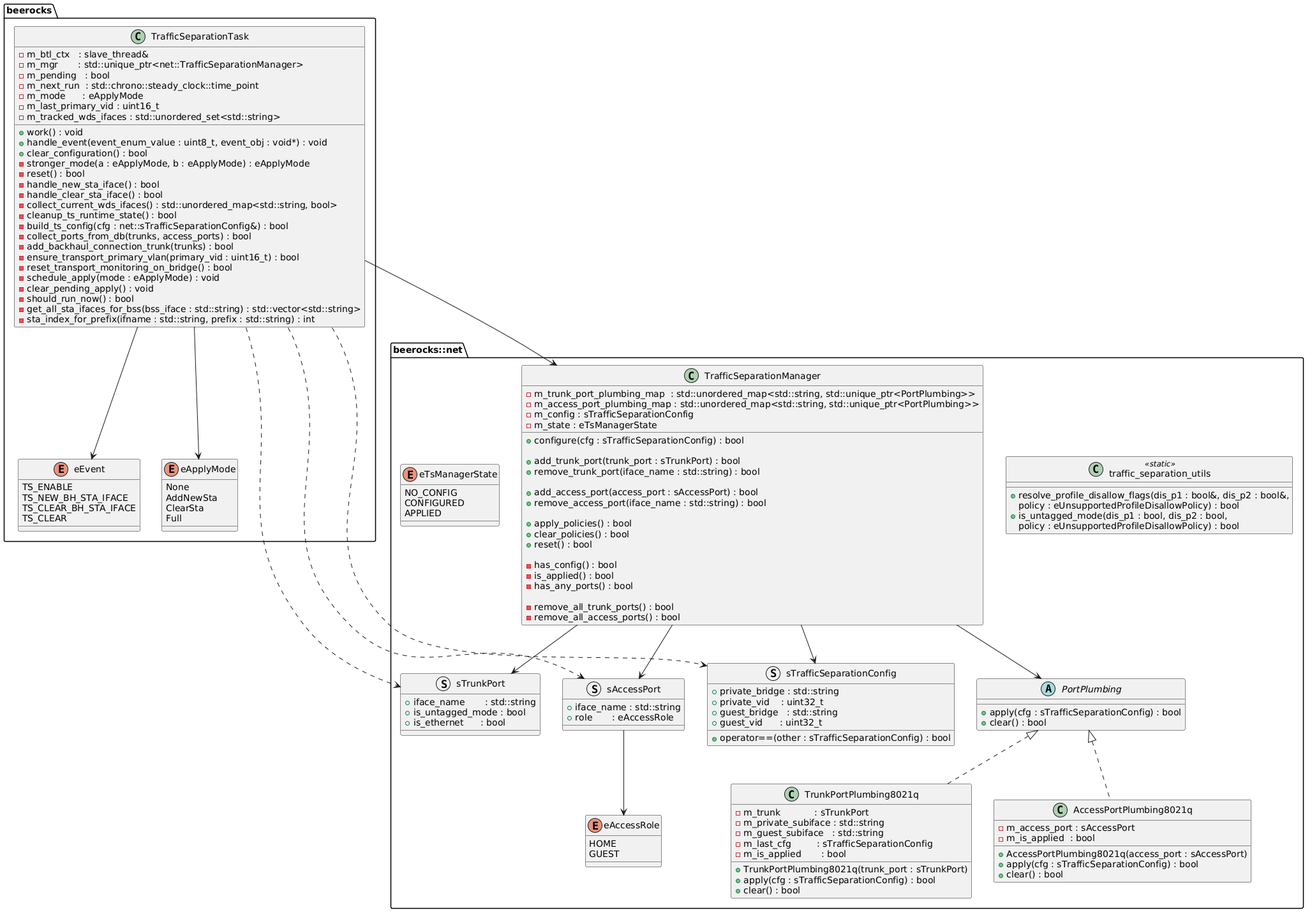
This is documentation/images/plantuml/agent/traffic_separation/ts_ClassD.png from CodeLinaro-mirror/qsdk_oss_prpl-foundation_prplmesh_prplMesh, a PlantUML export, as it was before one commit.
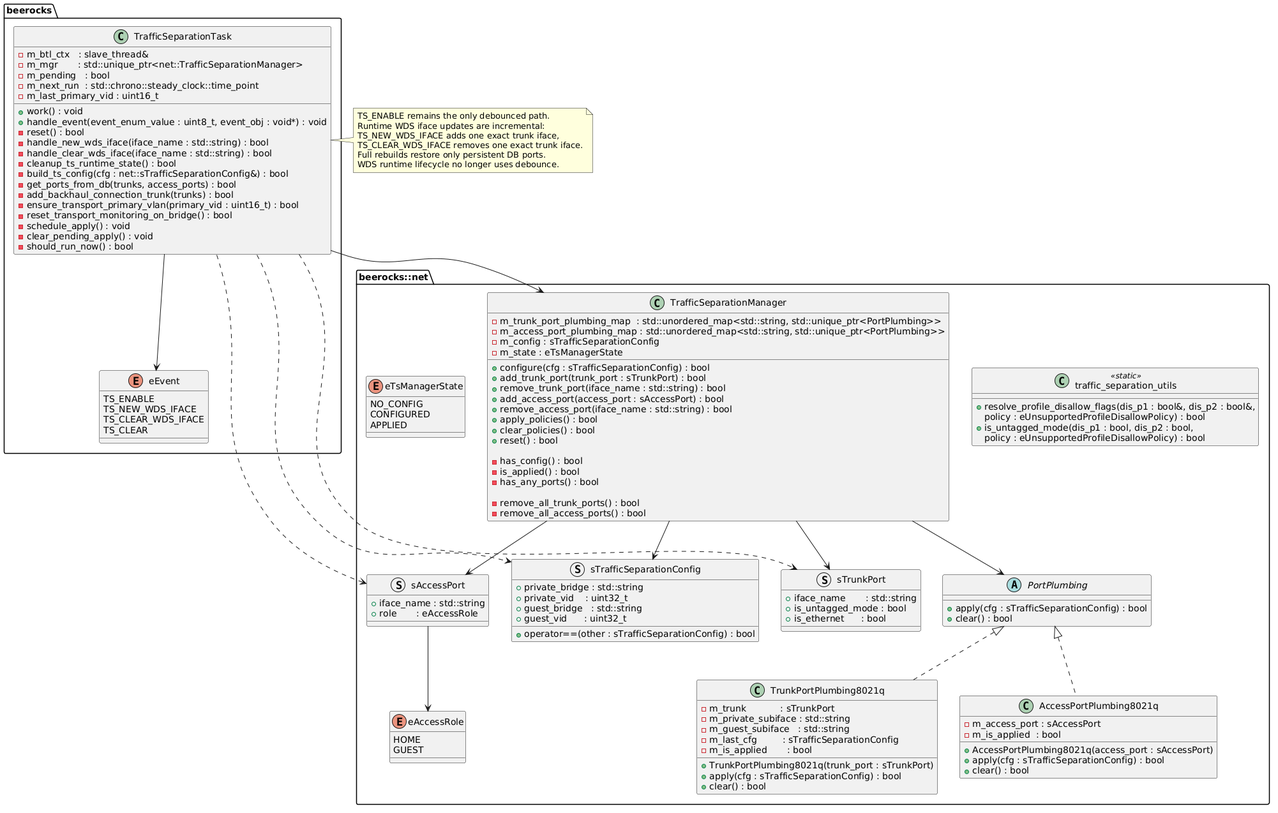
After the commit.

Change to the diagram source:
```diff
@@ -5,42 +5,28 @@
     -m_mgr       : std::unique_ptr<net::TrafficSeparationManager>
     -m_pending   : bool
     -m_next_run  : std::chrono::steady_clock::time_point
-    -m_mode      : eApplyMode
     -m_last_primary_vid : uint16_t
-    -m_tracked_wds_ifaces : std::unordered_set<std::string>
     +work() : void
     +handle_event(event_enum_value : uint8_t, event_obj : void*) : void
-    +clear_configuration() : bool
-    -stronger_mode(a : eApplyMode, b : eApplyMode) : eApplyMode
     -reset() : bool
-    -handle_new_sta_iface() : bool
-    -handle_clear_sta_iface() : bool
-    -collect_current_wds_ifaces() : std::unordered_map<std::string, bool>
+    -handle_new_wds_iface(iface_name : std::string) : bool
+    -handle_clear_wds_iface(iface_name : std::string) : bool
     -cleanup_ts_runtime_state() : bool
     -build_ts_config(cfg : net::sTrafficSeparationConfig&) : bool
-    -collect_ports_from_db(trunks, access_ports) : bool
+    -get_ports_from_db(trunks, access_ports) : bool
     -add_backhaul_connection_trunk(trunks) : bool
     -ensure_transport_primary_vlan(primary_vid : uint16_t) : bool
     -reset_transport_monitoring_on_bridge() : bool
-    -schedule_apply(mode : eApplyMode) : void
+    -schedule_apply() : void
     -clear_pending_apply() : void
     -should_run_now() : bool
-    -get_all_sta_ifaces_for_bss(bss_iface : std::string) : std::vector<std::string>
-    -sta_index_for_prefix(ifname : std::string, prefix : std::string) : int
   }
 
   enum eEvent {
     TS_ENABLE
-    TS_NEW_BH_STA_IFACE
-    TS_CLEAR_BH_STA_IFACE
+    TS_NEW_WDS_IFACE
+    TS_CLEAR_WDS_IFACE
     TS_CLEAR
-  }
-
-  enum eApplyMode {
-    None
-    AddNewSta
-    ClearSta
-    Full
   }
 }
 
@@ -105,15 +91,11 @@
     -m_access_port_plumbing_map : std::unordered_map<std::string, std::unique_ptr<PortPlumbing>>
     -m_config : sTrafficSeparationConfig
     -m_state : eTsManagerState
-
     +configure(cfg : sTrafficSeparationConfig) : bool
-
     +add_trunk_port(trunk_port : sTrunkPort) : bool
     +remove_trunk_port(iface_name : std::string) : bool
-
     +add_access_port(access_port : sAccessPort) : bool
     +remove_access_port(iface_name : std::string) : bool
-
     +apply_policies() : bool
     +clear_policies() : bool
     +reset() : bool
@@ -136,7 +118,6 @@
 
 sAccessPort --> eAccessRole
 TrafficSeparationTask --> eEvent
-TrafficSeparationTask --> eApplyMode
 TrafficSeparationTask --> TrafficSeparationManager
 TrafficSeparationTask ..> sTrafficSeparationConfig
 TrafficSeparationTask ..> sTrunkPort
@@ -149,4 +130,13 @@
 TrafficSeparationManager --> sTrunkPort
 TrafficSeparationManager --> sAccessPort
 TrafficSeparationManager --> sTrafficSeparationConfig
+
+note right of TrafficSeparationTask
+  TS_ENABLE remains the only debounced path.
+  Runtime WDS iface updates are incremental:
+  TS_NEW_WDS_IFACE adds one exact trunk iface,
+  TS_CLEAR_WDS_IFACE removes one exact trunk iface.
+  Full rebuilds restore only persistent DB ports.
+  WDS runtime lifecycle no longer uses debounce.
+end note
 @enduml
```
